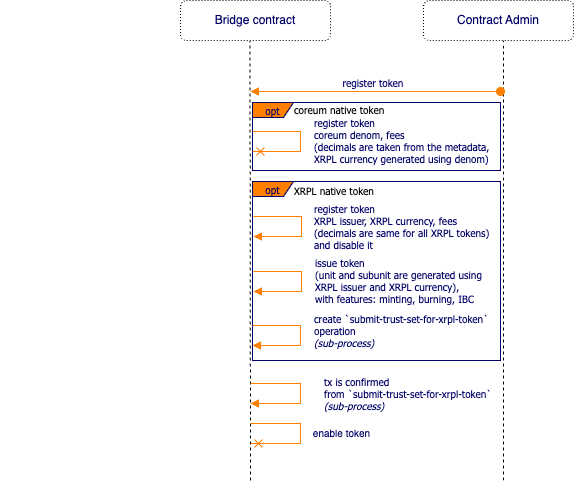
Above: spec/img/register-token.png in CoreumFoundation/coreumbridge-xrpl (draw.io), before the change. Source tidied: cells renumbered, new cells last; positions are measured from the earlier drawing's top-left corner, leaving out a move shared by most shapes.
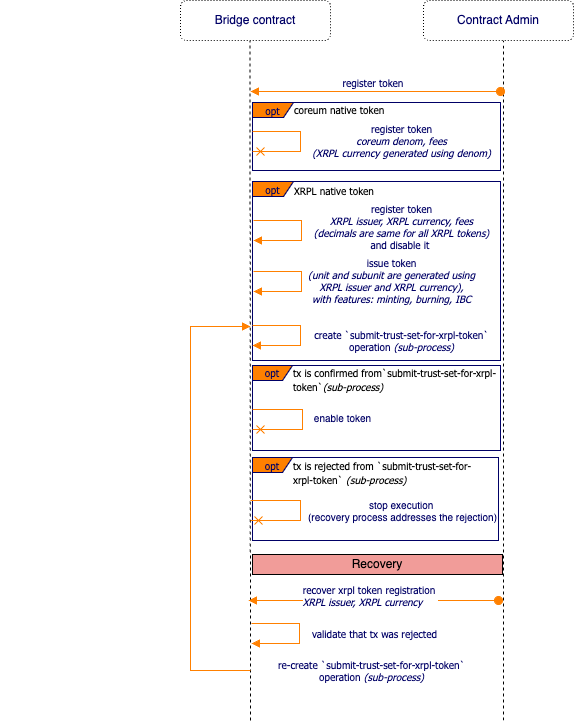
The same diagram one commit later.

Commit message:
Add recovery for the workflows.

The edit, as a diff of the source:
```diff
@@ -2,6 +2,12 @@
   <root>
     <mxCell id="0" />
     <mxCell id="1" parent="0" />
+    <mxCell id="21" value="opt" style="shape=umlFrame;whiteSpace=wrap;html=1;strokeColor=#000066;fillColor=#FF8000;fontFamily=Tahoma;fontSize=10;fontColor=#000066;align=center;width=40;height=15;" parent="1" vertex="1">
+      <mxGeometry x="252" y="457" width="246" height="83" as="geometry" />
+    </mxCell>
+    <mxCell id="22" value="opt" style="shape=umlFrame;whiteSpace=wrap;html=1;strokeColor=#000066;fillColor=#FF8000;fontFamily=Tahoma;fontSize=10;fontColor=#000066;align=center;width=40;height=15;" parent="1" vertex="1">
+      <mxGeometry x="252" y="365" width="248" height="85" as="geometry" />
+    </mxCell>
     <mxCell id="2" value="opt" style="shape=umlFrame;whiteSpace=wrap;html=1;strokeColor=#000066;fillColor=#FF8000;fontFamily=Tahoma;fontSize=10;fontColor=#000066;align=center;width=41;height=15;" parent="1" vertex="1">
       <mxGeometry x="252" y="181" width="248" height="179" as="geometry" />
     </mxCell>
@@ -19,21 +25,21 @@
     </mxCell>
     <mxCell id="7" style="endArrow=none;dashed=1;html=1;rounded=0;" parent="1" edge="1">
       <mxGeometry relative="1" as="geometry">
-        <mxPoint x="250" y="480" as="sourcePoint" />
+        <mxPoint x="250" y="720" as="sourcePoint" />
         <mxPoint x="249.5" y="40" as="targetPoint" />
       </mxGeometry>
     </mxCell>
     <mxCell id="8" style="endArrow=none;dashed=1;html=1;rounded=0;" parent="1" edge="1">
       <mxGeometry relative="1" as="geometry">
-        <mxPoint x="503" y="480" as="sourcePoint" />
+        <mxPoint x="503" y="720" as="sourcePoint" />
         <mxPoint x="503" y="40" as="targetPoint" />
       </mxGeometry>
     </mxCell>
     <mxCell id="9" value="Contract Admin" style="rounded=1;whiteSpace=wrap;html=1;fillColor=none;dashed=1;fontColor=#000066;dashPattern=1 2;" parent="1" vertex="1">
       <mxGeometry x="423" width="150" height="40" as="geometry" />
     </mxCell>
-    <mxCell id="10" value="register token&lt;br style=&quot;border-color: var(--border-color); background-color: rgb(251, 251, 251); text-align: center;&quot;&gt;&lt;span style=&quot;border-color: var(--border-color); text-align: center;&quot;&gt;coreum denom&lt;/span&gt;&lt;span style=&quot;border-color: var(--border-color); text-align: center;&quot;&gt;, fees&lt;br&gt;(decimals are taken from the metadata,&lt;br&gt;XRPL currency generated using denom)&lt;br&gt;&lt;/span&gt;" style="edgeStyle=orthogonalEdgeStyle;html=1;align=left;spacingLeft=2;endArrow=cross;rounded=0;strokeColor=#FF8000;fontFamily=Tahoma;fontSize=10;fontColor=#000066;endFill=0;" parent="1" edge="1">
-      <mxGeometry x="-0.02" y="10" relative="1" as="geometry">
+    <mxCell id="10" value="register token&lt;br style=&quot;border-color: var(--border-color); background-color: rgb(251, 251, 251);&quot;&gt;&lt;span style=&quot;border-color: var(--border-color);&quot;&gt;&lt;i&gt;coreum denom&lt;/i&gt;&lt;/span&gt;&lt;span style=&quot;border-color: var(--border-color);&quot;&gt;&lt;i&gt;, fees&lt;/i&gt;&lt;br&gt;&lt;i&gt;(XRPL currency generated using denom)&lt;/i&gt;&lt;br&gt;&lt;/span&gt;" style="edgeStyle=orthogonalEdgeStyle;html=1;align=center;spacingLeft=2;endArrow=cross;rounded=0;strokeColor=#FF8000;fontFamily=Tahoma;fontSize=10;fontColor=#000066;endFill=0;" parent="1" edge="1">
+      <mxGeometry x="-0.02" y="100" relative="1" as="geometry">
         <mxPoint x="252" y="131" as="sourcePoint" />
         <mxPoint x="252" y="151" as="targetPoint" />
         <Array as="points">
@@ -42,8 +48,8 @@
         </Array>
       </mxGeometry>
     </mxCell>
-    <mxCell id="11" value="create `submit-trust-set-for-xrpl-token`&lt;br style=&quot;border-color: var(--border-color);&quot;&gt;operation&amp;nbsp;&lt;br&gt;&lt;i&gt;(sub-process)&lt;/i&gt;" style="edgeStyle=orthogonalEdgeStyle;html=1;align=left;spacingLeft=2;endArrow=block;rounded=0;strokeColor=#FF8000;fontFamily=Tahoma;fontSize=10;fontColor=#000066;endFill=1;" parent="1" edge="1">
-      <mxGeometry x="-0.09" y="10" relative="1" as="geometry">
+    <mxCell id="11" value="create `submit-trust-set-for-xrpl-token`&lt;br style=&quot;border-color: var(--border-color);&quot;&gt;operation&amp;nbsp;&lt;i&gt;(sub-process)&lt;/i&gt;" style="edgeStyle=orthogonalEdgeStyle;html=1;align=center;spacingLeft=2;endArrow=block;rounded=0;strokeColor=#FF8000;fontFamily=Tahoma;fontSize=10;fontColor=#000066;endFill=1;" parent="1" edge="1">
+      <mxGeometry x="0.09" y="100" relative="1" as="geometry">
         <mxPoint x="252" y="325" as="sourcePoint" />
         <mxPoint x="252" y="345" as="targetPoint" />
         <Array as="points">
@@ -64,21 +70,24 @@
     <mxCell id="14" value="coreum native token&lt;br&gt;&amp;nbsp;&amp;nbsp;" style="text;html=1;align=left;verticalAlign=top;spacingTop=-4;fontSize=10;fontFamily=Tahoma;fontColor=#000000;" parent="1" vertex="1">
       <mxGeometry x="292" y="101" width="110" height="30" as="geometry" />
     </mxCell>
+    <mxCell id="23" style="edgeStyle=orthogonalEdgeStyle;rounded=0;jettySize=auto;html=1;" parent="1" edge="1" source="15" target="13">
+      <mxGeometry relative="1" as="geometry" />
+    </mxCell>
     <mxCell id="15" value="XRPL native token&lt;br&gt;&amp;nbsp;&amp;nbsp;" style="text;html=1;points=[];align=left;verticalAlign=top;spacingTop=-4;fontSize=10;fontFamily=Tahoma;fontColor=#000000;" parent="1" vertex="1">
       <mxGeometry x="292" y="182" width="100" height="30" as="geometry" />
     </mxCell>
-    <mxCell id="16" value="register token&lt;br style=&quot;border-color: var(--border-color); background-color: rgb(251, 251, 251); text-align: center;&quot;&gt;&lt;span style=&quot;border-color: var(--border-color); text-align: center;&quot;&gt;XRPL issuer,&amp;nbsp;&lt;/span&gt;&lt;span style=&quot;border-color: var(--border-color); text-align: center;&quot;&gt;XRPL currency, fees&lt;br&gt;(decimals are same for all XRPL tokens)&lt;br&gt;and disable it&amp;nbsp;&lt;br&gt;&lt;/span&gt;" style="edgeStyle=orthogonalEdgeStyle;html=1;align=left;spacingLeft=2;endArrow=block;rounded=0;strokeColor=#FF8000;fontFamily=Tahoma;fontSize=10;fontColor=#000066;endFill=1;" parent="1" edge="1">
-      <mxGeometry y="9" relative="1" as="geometry">
-        <mxPoint x="253" y="216" as="sourcePoint" />
-        <mxPoint x="253" y="236" as="targetPoint" />
+    <mxCell id="16" value="&lt;span style=&quot;border-color: var(--border-color); text-align: center;&quot;&gt;validate that tx was rejected&lt;br&gt;&lt;/span&gt;" style="edgeStyle=orthogonalEdgeStyle;html=1;align=left;spacingLeft=2;endArrow=block;rounded=0;strokeColor=#FF8000;fontFamily=Tahoma;fontSize=10;fontColor=#000066;endFill=1;" parent="1" edge="1">
+      <mxGeometry x="0.01" y="9" relative="1" as="geometry">
+        <mxPoint x="251" y="623" as="sourcePoint" />
+        <mxPoint x="251" y="643" as="targetPoint" />
         <Array as="points">
-          <mxPoint x="301" y="216" />
-          <mxPoint x="301" y="236" />
+          <mxPoint x="299" y="623" />
+          <mxPoint x="299" y="643" />
         </Array>
       </mxGeometry>
     </mxCell>
-    <mxCell id="17" value="issue token &lt;br&gt;(unit and subunit are generated using&lt;br&gt;XRPL&amp;nbsp;issuer and&amp;nbsp;XRPL&lt;span style=&quot;text-align: center;&quot;&gt;&amp;nbsp;currency),&lt;/span&gt;&lt;br&gt;&lt;span style=&quot;border-color: var(--border-color); text-align: center;&quot;&gt;with&amp;nbsp;&lt;/span&gt;features: minting, burning, IBC" style="edgeStyle=orthogonalEdgeStyle;html=1;align=left;spacingLeft=2;endArrow=block;rounded=0;strokeColor=#FF8000;fontFamily=Tahoma;fontSize=10;fontColor=#000066;endFill=1;" parent="1" edge="1">
-      <mxGeometry x="-0.02" y="10" relative="1" as="geometry">
+    <mxCell id="17" value="issue token &lt;br&gt;&lt;i&gt;(unit and subunit are generated using&lt;br&gt;XRPL&amp;nbsp;issuer and&amp;nbsp;XRPL&lt;span style=&quot;&quot;&gt;&amp;nbsp;currency),&lt;/span&gt;&lt;br&gt;&lt;span style=&quot;border-color: var(--border-color);&quot;&gt;with&amp;nbsp;&lt;/span&gt;features: minting, burning, IBC&lt;/i&gt;" style="edgeStyle=orthogonalEdgeStyle;html=1;align=center;spacingLeft=2;endArrow=block;rounded=0;strokeColor=#FF8000;fontFamily=Tahoma;fontSize=10;fontColor=#000066;endFill=1;" parent="1" edge="1">
+      <mxGeometry x="-0.02" y="89" relative="1" as="geometry">
         <mxPoint x="253" y="271" as="sourcePoint" />
         <mxPoint x="253" y="291" as="targetPoint" />
         <Array as="points">
@@ -87,30 +96,71 @@
         </Array>
       </mxGeometry>
     </mxCell>
-    <mxCell id="18" value="tx is confirmed &lt;br&gt;from `submit-trust-set-for-xrpl-token`&lt;br style=&quot;border-color: var(--border-color);&quot;&gt;&lt;span style=&quot;border-color: var(--border-color);&quot;&gt;&lt;i&gt;(sub-process)&lt;/i&gt;&lt;br&gt;&lt;/span&gt;" style="edgeStyle=orthogonalEdgeStyle;html=1;align=left;spacingLeft=2;endArrow=block;rounded=0;strokeColor=#FF8000;fontFamily=Tahoma;fontSize=10;fontColor=#000066;endFill=1;" parent="1" edge="1">
-      <mxGeometry y="20" relative="1" as="geometry">
-        <mxPoint x="250" y="383" as="sourcePoint" />
-        <mxPoint x="250" y="403" as="targetPoint" />
-        <Array as="points">
-          <mxPoint x="300" y="383" />
-          <mxPoint x="300" y="403" />
-        </Array>
-      </mxGeometry>
-    </mxCell>
     <mxCell id="19" value="&lt;div style=&quot;border-color: var(--border-color); font-family: Helvetica; text-align: center;&quot;&gt;&lt;/div&gt;" style="edgeStyle=orthogonalEdgeStyle;html=1;align=left;spacingLeft=2;endArrow=cross;rounded=0;strokeColor=#FF8000;fontFamily=Tahoma;fontSize=10;fontColor=#000066;endFill=0;" parent="1" edge="1">
       <mxGeometry x="-0.17" y="-130" relative="1" as="geometry">
-        <mxPoint x="250" y="423" as="sourcePoint" />
-        <mxPoint x="250" y="443" as="targetPoint" />
+        <mxPoint x="250" y="500" as="sourcePoint" />
+        <mxPoint x="250" y="520" as="targetPoint" />
         <Array as="points">
-          <mxPoint x="300" y="423" />
-          <mxPoint x="300" y="443" />
+          <mxPoint x="300" y="500" />
+          <mxPoint x="300" y="520" />
         </Array>
       </mxGeometry>
     </mxCell>
-    <mxCell id="20" value="&lt;div style=&quot;font-size: 10px;&quot;&gt;enable token&lt;/div&gt;" style="edgeLabel;html=1;align=center;verticalAlign=middle;fontSize=10;fontColor=#000066;" parent="19" vertex="1">
+    <mxCell id="20" value="&lt;div style=&quot;font-size: 10px;&quot;&gt;&lt;div&gt;stop execution&amp;nbsp;&lt;/div&gt;&lt;div&gt;(recovery process addresses the rejection)&lt;/div&gt;&lt;/div&gt;" style="edgeLabel;html=1;align=center;verticalAlign=middle;fontSize=10;fontColor=#000066;" parent="19" vertex="1">
       <mxGeometry x="-0.06" y="-4" relative="1" as="geometry">
-        <mxPoint x="44" y="1" as="offset" />
+        <mxPoint x="106" y="3" as="offset" />
       </mxGeometry>
     </mxCell>
+    <mxCell id="18" value="&lt;span style=&quot;font-family: Tahoma; font-size: 10px; font-style: normal; font-variant-ligatures: normal; font-variant-caps: normal; font-weight: 400; letter-spacing: normal; orphans: 2; text-align: left; text-indent: 0px; text-transform: none; widows: 2; word-spacing: 0px; -webkit-text-stroke-width: 0px; background-color: rgb(255, 255, 255); text-decoration-thickness: initial; text-decoration-style: initial; text-decoration-color: initial; float: none; display: inline !important;&quot;&gt;tx is confirmed from&lt;/span&gt;&lt;span style=&quot;font-family: Tahoma; font-size: 10px; font-style: normal; font-variant-ligatures: normal; font-variant-caps: normal; font-weight: 400; letter-spacing: normal; orphans: 2; text-align: left; text-indent: 0px; text-transform: none; widows: 2; word-spacing: 0px; -webkit-text-stroke-width: 0px; background-color: rgb(255, 255, 255); text-decoration-thickness: initial; text-decoration-style: initial; text-decoration-color: initial; float: none; display: inline !important;&quot;&gt;`submit-trust-set-for-xrpl-token`&lt;/span&gt;&lt;span style=&quot;border-color: var(--border-color); font-family: Tahoma; font-size: 10px; font-style: normal; font-variant-ligatures: normal; font-variant-caps: normal; font-weight: 400; letter-spacing: normal; orphans: 2; text-align: left; text-indent: 0px; text-transform: none; widows: 2; word-spacing: 0px; -webkit-text-stroke-width: 0px; text-decoration-thickness: initial; text-decoration-style: initial; text-decoration-color: initial;&quot;&gt;&lt;i style=&quot;border-color: var(--border-color);&quot;&gt;(sub-process)&lt;/i&gt;&lt;/span&gt;" style="text;whiteSpace=wrap;html=1;fontColor=#000000;" parent="1" vertex="1">
+      <mxGeometry x="291" y="359" width="210" height="56" as="geometry" />
+    </mxCell>
+    <mxCell id="24" value="&lt;span style=&quot;font-family: Tahoma; font-size: 10px; font-style: normal; font-variant-ligatures: normal; font-variant-caps: normal; font-weight: 400; letter-spacing: normal; orphans: 2; text-align: left; text-indent: 0px; text-transform: none; widows: 2; word-spacing: 0px; -webkit-text-stroke-width: 0px; background-color: rgb(255, 255, 255); text-decoration-thickness: initial; text-decoration-style: initial; text-decoration-color: initial; float: none; display: inline !important;&quot;&gt;tx is rejected from&amp;nbsp;&lt;/span&gt;&lt;span style=&quot;font-family: Tahoma; font-size: 10px; font-style: normal; font-variant-ligatures: normal; font-variant-caps: normal; font-weight: 400; letter-spacing: normal; orphans: 2; text-align: left; text-indent: 0px; text-transform: none; widows: 2; word-spacing: 0px; -webkit-text-stroke-width: 0px; background-color: rgb(255, 255, 255); text-decoration-thickness: initial; text-decoration-style: initial; text-decoration-color: initial; float: none; display: inline !important;&quot;&gt;`submit-trust-set-for-xrpl-token`&amp;nbsp;&lt;/span&gt;&lt;span style=&quot;border-color: var(--border-color); font-family: Tahoma; font-size: 10px; font-style: normal; font-variant-ligatures: normal; font-variant-caps: normal; font-weight: 400; letter-spacing: normal; orphans: 2; text-align: left; text-indent: 0px; text-transform: none; widows: 2; word-spacing: 0px; -webkit-text-stroke-width: 0px; text-decoration-thickness: initial; text-decoration-style: initial; text-decoration-color: initial;&quot;&gt;&lt;i style=&quot;border-color: var(--border-color);&quot;&gt;(sub-process)&lt;/i&gt;&lt;/span&gt;" style="text;whiteSpace=wrap;html=1;fontColor=#000000;" parent="1" vertex="1">
+      <mxGeometry x="291" y="452" width="194" height="38" as="geometry" />
+    </mxCell>
+    <mxCell id="25" value="&lt;div style=&quot;border-color: var(--border-color); font-family: Helvetica; text-align: center;&quot;&gt;&lt;/div&gt;" style="edgeStyle=orthogonalEdgeStyle;html=1;align=left;spacingLeft=2;endArrow=cross;rounded=0;strokeColor=#FF8000;fontFamily=Tahoma;fontSize=10;fontColor=#000066;endFill=0;" parent="1" edge="1">
+      <mxGeometry x="-0.17" y="-130" relative="1" as="geometry">
+        <mxPoint x="252" y="409" as="sourcePoint" />
+        <mxPoint x="252" y="429" as="targetPoint" />
+        <Array as="points">
+          <mxPoint x="302" y="409" />
+          <mxPoint x="302" y="429" />
+        </Array>
+      </mxGeometry>
+    </mxCell>
+    <mxCell id="26" value="&lt;div style=&quot;font-size: 10px;&quot;&gt;enable token&lt;/div&gt;" style="edgeLabel;html=1;align=center;verticalAlign=middle;fontSize=10;fontColor=#000066;" parent="25" vertex="1">
+      <mxGeometry x="-0.06" y="-4" relative="1" as="geometry">
+        <mxPoint x="44" y="1" as="offset" />
+      </mxGeometry>
+    </mxCell>
+    <mxCell id="27" value="Recovery" style="rounded=0;whiteSpace=wrap;html=1;fillColor=#F19C99;" parent="1" vertex="1">
+      <mxGeometry x="252" y="554" width="250" height="20" as="geometry" />
+    </mxCell>
+    <mxCell id="28" value="recover xrpl token registration&amp;nbsp;&lt;br&gt;&lt;div style=&quot;text-align: left;&quot;&gt;&lt;i&gt;XRPL issuer,&amp;nbsp;&lt;span style=&quot;border-color: var(--border-color);&quot;&gt;XRPL currency&lt;/span&gt;&lt;/i&gt;&lt;/div&gt;" style="html=1;verticalAlign=bottom;startArrow=oval;startFill=1;endArrow=block;startSize=8;strokeColor=#FF8000;fontFamily=Tahoma;fontSize=10;fontColor=#000066;" parent="1" edge="1">
+      <mxGeometry x="0.02" y="10" relative="1" as="geometry">
+        <mxPoint x="498" y="600" as="sourcePoint" />
+        <mxPoint x="248" y="600" as="targetPoint" />
+      </mxGeometry>
+    </mxCell>
+    <mxCell id="29" value="register token&lt;br style=&quot;border-color: var(--border-color); background-color: rgb(251, 251, 251);&quot;&gt;&lt;span style=&quot;border-color: var(--border-color);&quot;&gt;&lt;i&gt;XRPL issuer,&amp;nbsp;&lt;/i&gt;&lt;/span&gt;&lt;span style=&quot;border-color: var(--border-color);&quot;&gt;&lt;i&gt;XRPL currency, fees&lt;br&gt;(decimals are same for all XRPL tokens)&lt;br&gt;&lt;/i&gt;and disable it&amp;nbsp;&lt;br&gt;&lt;/span&gt;" style="edgeStyle=orthogonalEdgeStyle;html=1;align=center;spacingLeft=2;endArrow=block;rounded=0;strokeColor=#FF8000;fontFamily=Tahoma;fontSize=10;fontColor=#000066;endFill=1;" parent="1" edge="1">
+      <mxGeometry x="-0.07" y="99" relative="1" as="geometry">
+        <mxPoint x="253" y="220" as="sourcePoint" />
+        <mxPoint x="253" y="240" as="targetPoint" />
+        <Array as="points">
+          <mxPoint x="301" y="220" />
+          <mxPoint x="301" y="240" />
+        </Array>
+      </mxGeometry>
+    </mxCell>
+    <mxCell id="30" value="&lt;span style=&quot;border-color: var(--border-color);&quot;&gt;re-create `submit-trust-set-for-xrpl-token`&lt;br style=&quot;border-color: var(--border-color);&quot;&gt;&lt;span style=&quot;&quot;&gt;operation&amp;nbsp;&lt;/span&gt;&lt;i style=&quot;border-color: var(--border-color);&quot;&gt;(sub-process)&lt;/i&gt;&lt;br&gt;&lt;/span&gt;" style="edgeStyle=orthogonalEdgeStyle;html=1;align=center;spacingLeft=2;endArrow=block;rounded=0;strokeColor=#FF8000;fontFamily=Tahoma;fontSize=10;fontColor=#000066;endFill=1;" parent="1" edge="1">
+      <mxGeometry x="-1" y="-120" relative="1" as="geometry">
+        <mxPoint x="250" y="670" as="sourcePoint" />
+        <mxPoint x="250" y="326" as="targetPoint" />
+        <Array as="points">
+          <mxPoint x="190" y="670" />
+          <mxPoint x="190" y="326" />
+        </Array>
+        <mxPoint x="120" y="120" as="offset" />
+      </mxGeometry>
+    </mxCell>
   </root>
 </mxGraphModel>
```
